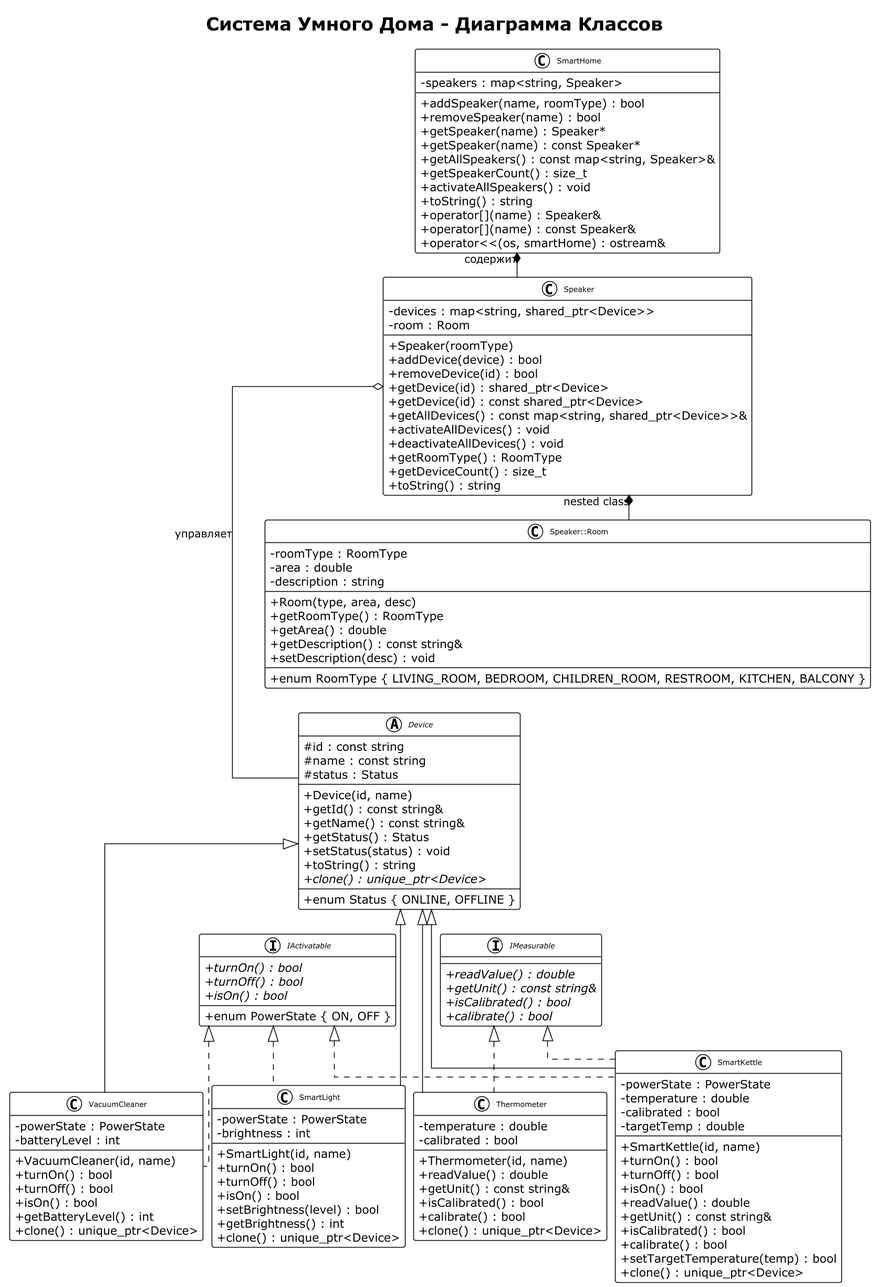
abigotado/smart-house keeps this PlantUML diagram as docs/SmartHouse_ClassDiagram.png. Above is the earlier version.
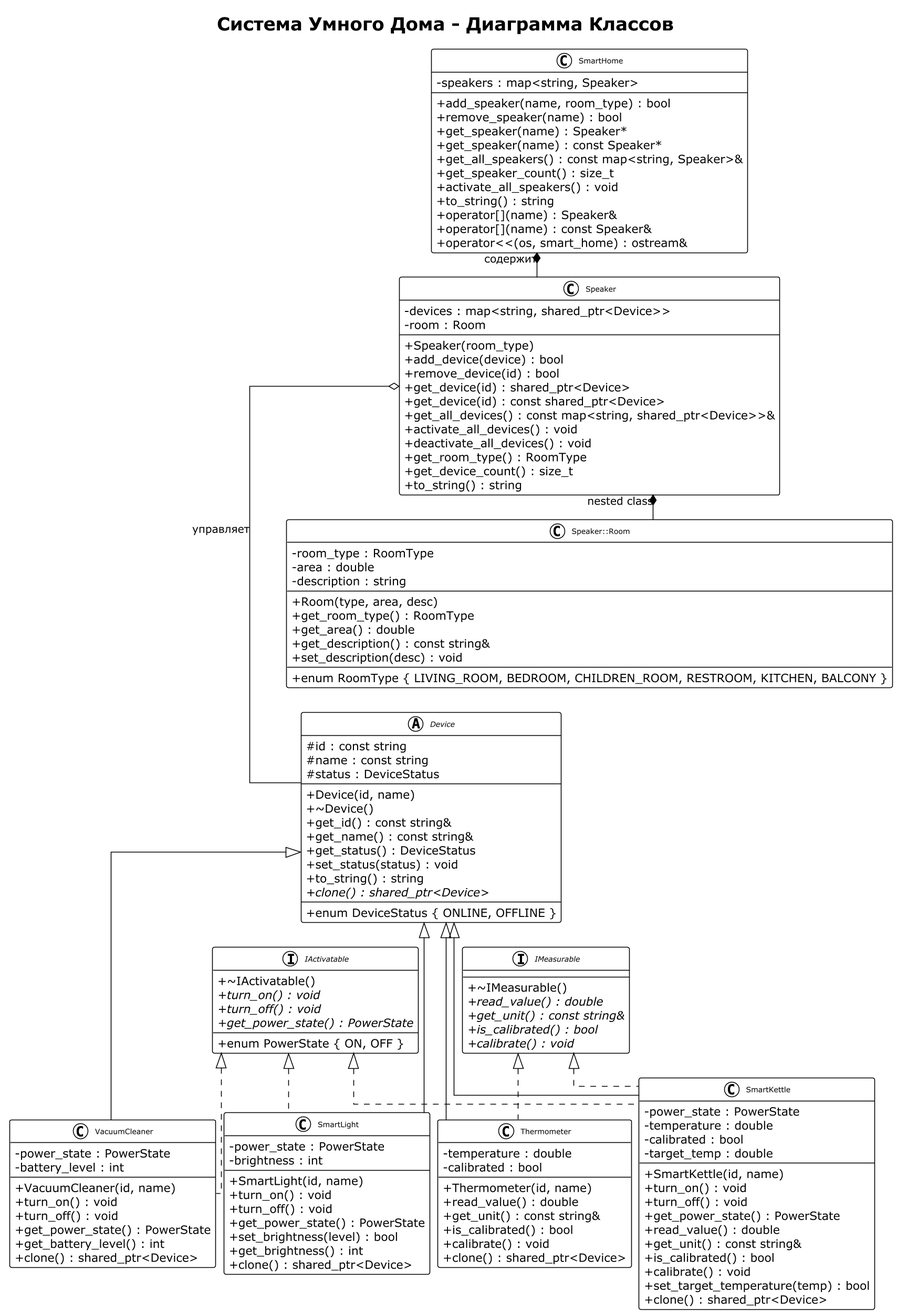
Later version of the same file.

Commit message:
feature(device): create device and interfaces

The edit, as a diff of the source:
```diff
@@ -14,46 +14,46 @@
 class SmartHome {
     - speakers : map<string, Speaker>
     --
-    + addSpeaker(name, roomType) : bool
-    + removeSpeaker(name) : bool
-    + getSpeaker(name) : Speaker*
-    + getSpeaker(name) : const Speaker*
-    + getAllSpeakers() : const map<string, Speaker>&
-    + getSpeakerCount() : size_t
-    + activateAllSpeakers() : void
-    + toString() : string
+    + add_speaker(name, room_type) : bool
+    + remove_speaker(name) : bool
+    + get_speaker(name) : Speaker*
+    + get_speaker(name) : const Speaker*
+    + get_all_speakers() : const map<string, Speaker>&
+    + get_speaker_count() : size_t
+    + activate_all_speakers() : void
+    + to_string() : string
     + operator[](name) : Speaker&
     + operator[](name) : const Speaker&
-    + operator<<(os, smartHome) : ostream&
+    + operator<<(os, smart_home) : ostream&
 }
 
 class Speaker {
     - devices : map<string, shared_ptr<Device>>
     - room : Room
     --
-    + Speaker(roomType)
-    + addDevice(device) : bool
-    + removeDevice(id) : bool
-    + getDevice(id) : shared_ptr<Device>
-    + getDevice(id) : const shared_ptr<Device>
-    + getAllDevices() : const map<string, shared_ptr<Device>>&
-    + activateAllDevices() : void
-    + deactivateAllDevices() : void
-    + getRoomType() : RoomType
-    + getDeviceCount() : size_t
-    + toString() : string
+    + Speaker(room_type)
+    + add_device(device) : bool
+    + remove_device(id) : bool
+    + get_device(id) : shared_ptr<Device>
+    + get_device(id) : const shared_ptr<Device>
+    + get_all_devices() : const map<string, shared_ptr<Device>>&
+    + activate_all_devices() : void
+    + deactivate_all_devices() : void
+    + get_room_type() : RoomType
+    + get_device_count() : size_t
+    + to_string() : string
 }
 
 class "Speaker::Room" as Room {
-    - roomType : RoomType
+    - room_type : RoomType
     - area : double
     - description : string
     --
     + Room(type, area, desc)
-    + getRoomType() : RoomType
-    + getArea() : double
-    + getDescription() : const string&
-    + setDescription(desc) : void
+    + get_room_type() : RoomType
+    + get_area() : double
+    + get_description() : const string&
+    + set_description(desc) : void
     --
     + enum RoomType { LIVING_ROOM, BEDROOM, CHILDREN_ROOM, RESTROOM, KITCHEN, BALCONY }
 }
@@ -61,57 +61,60 @@
 abstract class Device {
     # id : const string
     # name : const string
-    # status : Status
+    # status : DeviceStatus
     --
     + Device(id, name)
-    + getId() : const string&
-    + getName() : const string&
-    + getStatus() : Status
-    + setStatus(status) : void
-    + toString() : string
-    + {abstract} clone() : unique_ptr<Device>
+    + ~Device()
+    + get_id() : const string&
+    + get_name() : const string&
+    + get_status() : DeviceStatus
+    + set_status(status) : void
+    + to_string() : string
+    + {abstract} clone() : shared_ptr<Device>
     --
-    + enum Status { ONLINE, OFFLINE }
+    + enum DeviceStatus { ONLINE, OFFLINE }
 }
 
 interface IActivatable {
-    + {abstract} turnOn() : bool
-    + {abstract} turnOff() : bool
-    + {abstract} isOn() : bool
+    + ~IActivatable()
+    + {abstract} turn_on() : void
+    + {abstract} turn_off() : void
+    + {abstract} get_power_state() : PowerState
     --
     + enum PowerState { ON, OFF }
 }
 
 interface IMeasurable {
-    + {abstract} readValue() : double
-    + {abstract} getUnit() : const string&
-    + {abstract} isCalibrated() : bool
-    + {abstract} calibrate() : bool
+    + ~IMeasurable()
+    + {abstract} read_value() : double
+    + {abstract} get_unit() : const string&
+    + {abstract} is_calibrated() : bool
+    + {abstract} calibrate() : void
 }
 
 class VacuumCleaner {
-    - powerState : PowerState
-    - batteryLevel : int
+    - power_state : PowerState
+    - battery_level : int
     --
     + VacuumCleaner(id, name)
-    + turnOn() : bool
-    + turnOff() : bool
-    + isOn() : bool
-    + getBatteryLevel() : int
-    + clone() : unique_ptr<Device>
+    + turn_on() : void
+    + turn_off() : void
+    + get_power_state() : PowerState
+    + get_battery_level() : int
+    + clone() : shared_ptr<Device>
 }
 
 class SmartLight {
-    - powerState : PowerState
+    - power_state : PowerState
     - brightness : int
     --
     + SmartLight(id, name)
-    + turnOn() : bool
-    + turnOff() : bool
-    + isOn() : bool
-    + setBrightness(level) : bool
-    + getBrightness() : int
-    + clone() : unique_ptr<Device>
+    + turn_on() : void
+    + turn_off() : void
+    + get_power_state() : PowerState
+    + set_brightness(level) : bool
+    + get_brightness() : int
+    + clone() : shared_ptr<Device>
 }
 
 class Thermometer {
@@ -119,29 +122,29 @@
     - calibrated : bool
     --
     + Thermometer(id, name)
-    + readValue() : double
-    + getUnit() : const string&
-    + isCalibrated() : bool
-    + calibrate() : bool
-    + clone() : unique_ptr<Device>
+    + read_value() : double
+    + get_unit() : const string&
+    + is_calibrated() : bool
+    + calibrate() : void
+    + clone() : shared_ptr<Device>
 }
 
 class SmartKettle {
-    - powerState : PowerState
+    - power_state : PowerState
     - temperature : double
     - calibrated : bool
-    - targetTemp : double
+    - target_temp : double
     --
     + SmartKettle(id, name)
-    + turnOn() : bool
-    + turnOff() : bool
-    + isOn() : bool
-    + readValue() : double
-    + getUnit() : const string&
-    + isCalibrated() : bool
-    + calibrate() : bool
-    + setTargetTemperature(temp) : bool
-    + clone() : unique_ptr<Device>
+    + turn_on() : void
+    + turn_off() : void
+    + get_power_state() : PowerState
+    + read_value() : double
+    + get_unit() : const string&
+    + is_calibrated() : bool
+    + calibrate() : void
+    + set_target_temperature(temp) : bool
+    + clone() : shared_ptr<Device>
 }
 
 IActivatable -[hidden]right- IMeasurable
```
